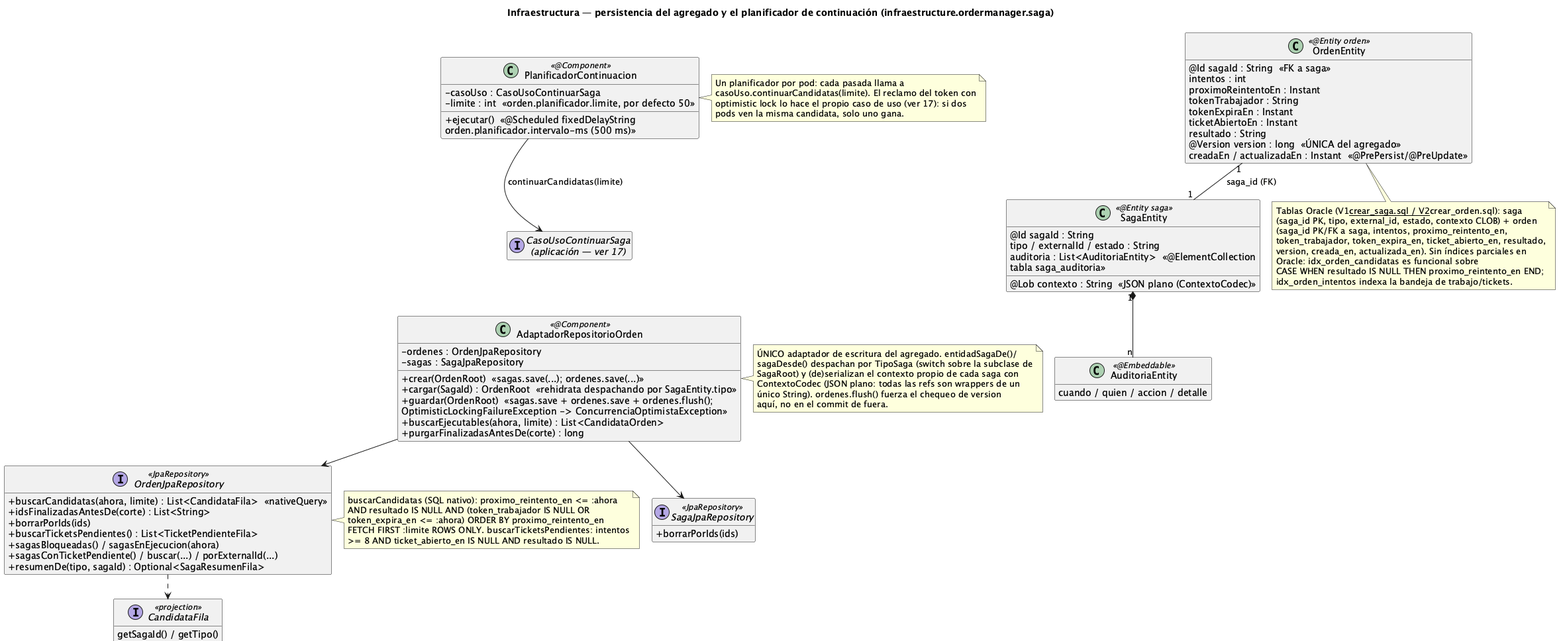
The PlantUML diagram order-manager/docs/23-clases-infraestructura-persistencia.png in ralcazar/patrones, before a commit.
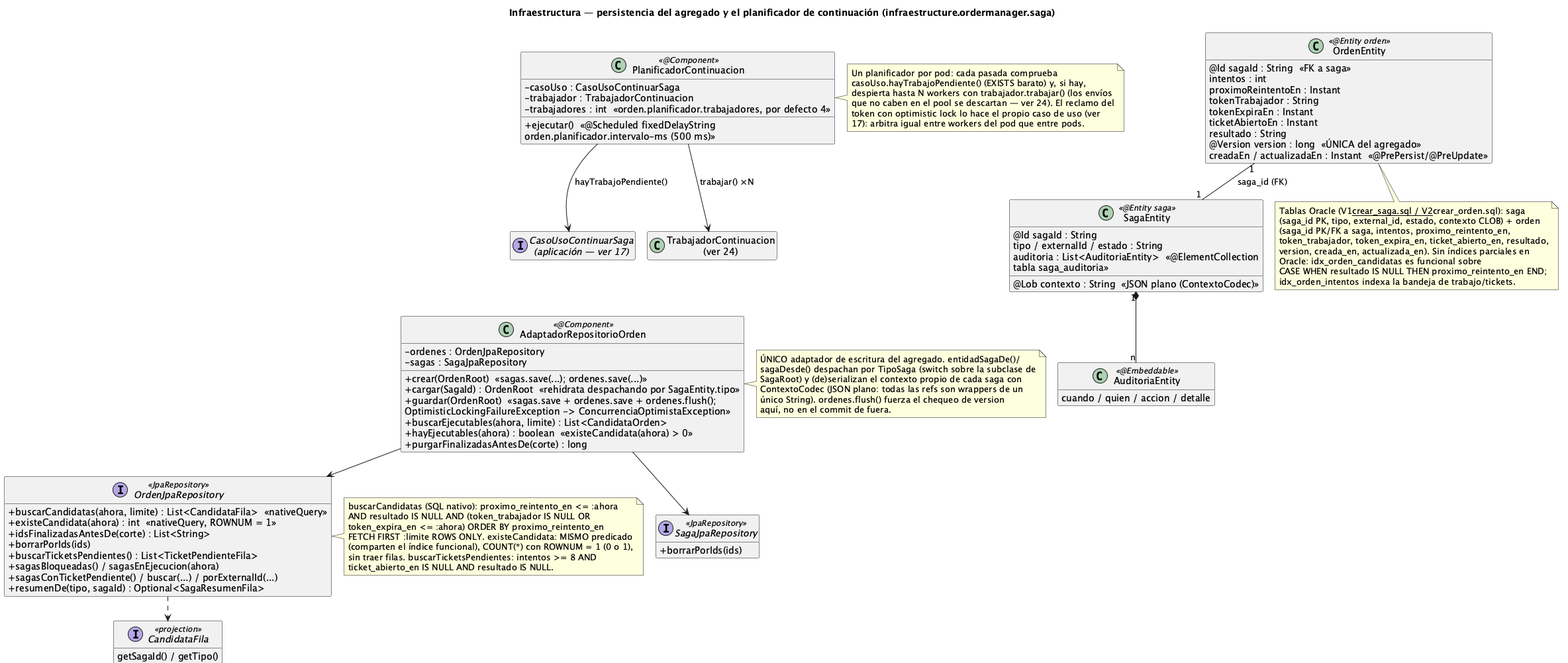
Above is the later version.

The edit, as a diff of the source:
```diff
@@ -6,17 +6,21 @@
 
 class PlanificadorContinuacion <<@Component>> {
   -casoUso : CasoUsoContinuarSaga
-  -limite : int  «orden.planificador.limite, por defecto 50»
+  -trabajador : TrabajadorContinuacion
+  -trabajadores : int  «orden.planificador.trabajadores, por defecto 4»
   +ejecutar()  «@Scheduled fixedDelayString\norden.planificador.intervalo-ms (500 ms)»
 }
 note right of PlanificadorContinuacion
-  Un planificador por pod: cada pasada llama a
-  casoUso.continuarCandidatas(limite). El reclamo del token con
-  optimistic lock lo hace el propio caso de uso (ver 17): si dos
-  pods ven la misma candidata, solo uno gana.
+  Un planificador por pod: cada pasada comprueba
+  casoUso.hayTrabajoPendiente() (EXISTS barato) y, si hay,
+  despierta hasta N workers con trabajador.trabajar() (los envíos
+  que no caben en el pool se descartan — ver 24). El reclamo del
+  token con optimistic lock lo hace el propio caso de uso (ver
+  17): arbitra igual entre workers del pod que entre pods.
 end note
 
 interface "CasoUsoContinuarSaga\n(aplicación — ver 17)" as CasoUsoContinuarSaga
+class "TrabajadorContinuacion\n(ver 24)" as TrabajadorContinuacion
 
 class AdaptadorRepositorioOrden <<@Component>> {
   -ordenes : OrdenJpaRepository
@@ -25,6 +29,7 @@
   +cargar(SagaId) : OrdenRoot  «rehidrata despachando por SagaEntity.tipo»
   +guardar(OrdenRoot)  «sagas.save + ordenes.save + ordenes.flush();\nOptimisticLockingFailureException -> ConcurrenciaOptimistaException»
   +buscarEjecutables(ahora, limite) : List<CandidataOrden>
+  +hayEjecutables(ahora) : boolean  «existeCandidata(ahora) > 0»
   +purgarFinalizadasAntesDe(corte) : long
 }
 note right of AdaptadorRepositorioOrden
@@ -38,6 +43,7 @@
 
 interface "OrdenJpaRepository" as OrdenJpa <<JpaRepository>> {
   +buscarCandidatas(ahora, limite) : List<CandidataFila>  «nativeQuery»
+  +existeCandidata(ahora) : int  «nativeQuery, ROWNUM = 1»
   +idsFinalizadasAntesDe(corte) : List<String>
   +borrarPorIds(ids)
   +buscarTicketsPendientes() : List<TicketPendienteFila>
@@ -88,11 +94,14 @@
   buscarCandidatas (SQL nativo): proximo_reintento_en <= :ahora
   AND resultado IS NULL AND (token_trabajador IS NULL OR
   token_expira_en <= :ahora) ORDER BY proximo_reintento_en
-  FETCH FIRST :limite ROWS ONLY. buscarTicketsPendientes: intentos
-  >= 8 AND ticket_abierto_en IS NULL AND resultado IS NULL.
+  FETCH FIRST :limite ROWS ONLY. existeCandidata: MISMO predicado
+  (comparten el índice funcional), COUNT(*) con ROWNUM = 1 (0 o 1),
+  sin traer filas. buscarTicketsPendientes: intentos >= 8 AND
+  ticket_abierto_en IS NULL AND resultado IS NULL.
 end note
 
-PlanificadorContinuacion --> CasoUsoContinuarSaga : continuarCandidatas(limite)
+PlanificadorContinuacion --> CasoUsoContinuarSaga : hayTrabajoPendiente()
+PlanificadorContinuacion --> TrabajadorContinuacion : trabajar() ×N
 AdaptadorRepositorioOrden --> OrdenJpa
 AdaptadorRepositorioOrden --> SagaJpa
 OrdenJpa ..> CandidataFila
```
